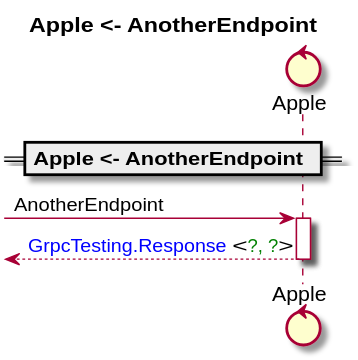
The PlantUML diagram docs/Fruits/AppleAnotherEndpoint.svg in anz-bank/sysl-catalog, before a commit.
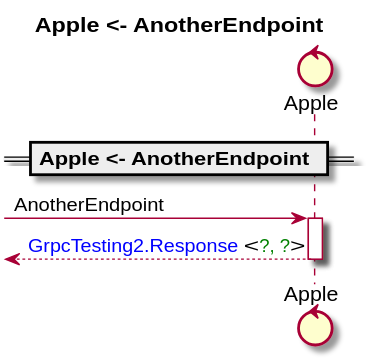
The same file after the commit.

What changed in the source:
```diff
@@ -7,6 +7,6 @@
 == Apple <- AnotherEndpoint ==
 [->_0 : AnotherEndpoint
 activate _0
-[<--_0 : <color blue>GrpcTesting.Response</color> <<color green>?, ?</color>>
+[<--_0 : <color blue>GrpcTesting2.Response</color> <<color green>?, ?</color>>
 deactivate _0
 @enduml
```
